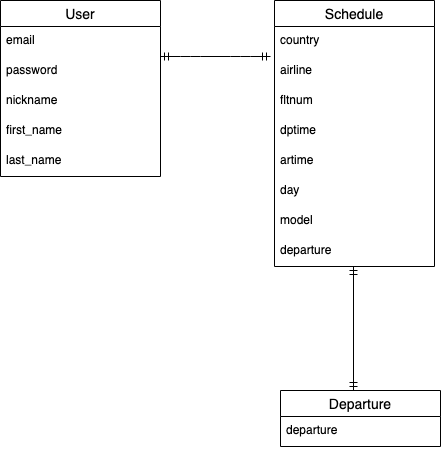
This is flight-search.drawio.png from Kudome893150/flight-search, a draw.io export, as it was before one commit. Source tidied: cells renumbered, new cells last; positions are measured from the earlier drawing's top-left corner, leaving out a move shared by most shapes.
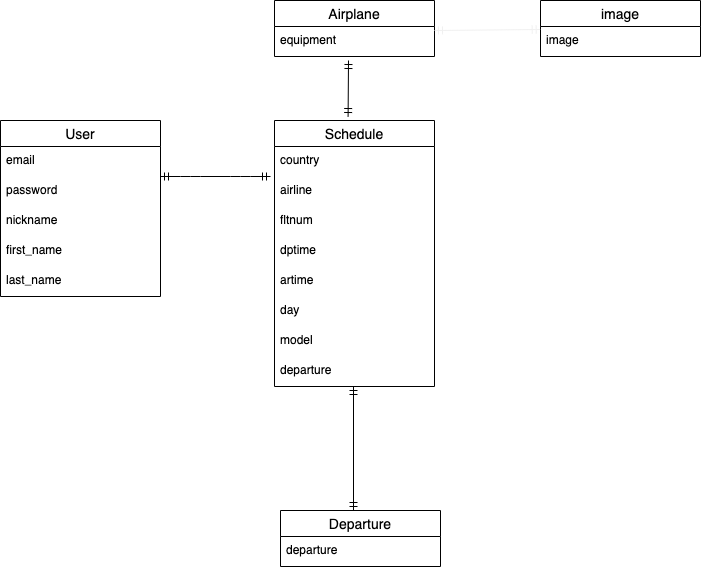
After the commit.

What changed in the source:
```diff
@@ -64,5 +64,27 @@
     <mxCell id="20" value="departure " style="text;strokeColor=none;fillColor=none;spacingLeft=4;spacingRight=4;overflow=hidden;fontSize=12;" parent="19" vertex="1">
       <mxGeometry y="26" width="160" height="30" as="geometry" />
     </mxCell>
+    <mxCell id="21" value="Airplane" style="swimlane;fontStyle=0;horizontal=1;startSize=26;align=center;fontSize=14;" parent="1" vertex="1">
+      <mxGeometry x="274" y="-120" width="160" height="56" as="geometry" />
+    </mxCell>
+    <mxCell id="22" value="equipment" style="text;strokeColor=none;fillColor=none;spacingLeft=4;spacingRight=4;overflow=hidden;fontSize=12;" parent="21" vertex="1">
+      <mxGeometry y="26" width="160" height="30" as="geometry" />
+    </mxCell>
+    <mxCell id="23" style="fontSize=12;html=1;endArrow=ERmandOne;startArrow=ERmandOne;exitX=0.46;exitY=-0.015;exitDx=0;exitDy=0;exitPerimeter=0;" parent="1" edge="1" source="2">
+      <mxGeometry relative="1" as="geometry">
+        <mxPoint x="348" y="-60" as="targetPoint" />
+      </mxGeometry>
+    </mxCell>
+    <mxCell id="24" value="image" style="swimlane;fontStyle=0;horizontal=1;startSize=26;align=center;fontSize=14;" parent="1" vertex="1">
+      <mxGeometry x="540" y="-120" width="160" height="56" as="geometry" />
+    </mxCell>
+    <mxCell id="25" value="image" style="text;strokeColor=none;fillColor=none;spacingLeft=4;spacingRight=4;overflow=hidden;points=[[0,0.5],[1,0.5]];portConstraint=eastwest;fontSize=12;" parent="24" vertex="1">
+      <mxGeometry y="26" width="160" height="30" as="geometry" />
+    </mxCell>
+    <mxCell id="26" style="fontSize=12;html=1;endArrow=ERmandOne;startArrow=ERmandOne;strokeColor=#f0f0f0;entryX=-0.002;entryY=0.1;entryDx=0;entryDy=0;entryPerimeter=0;" parent="1" edge="1" target="25">
+      <mxGeometry relative="1" as="geometry">
+        <mxPoint x="434" y="-90" as="sourcePoint" />
+      </mxGeometry>
+    </mxCell>
   </root>
 </mxGraphModel>
```
